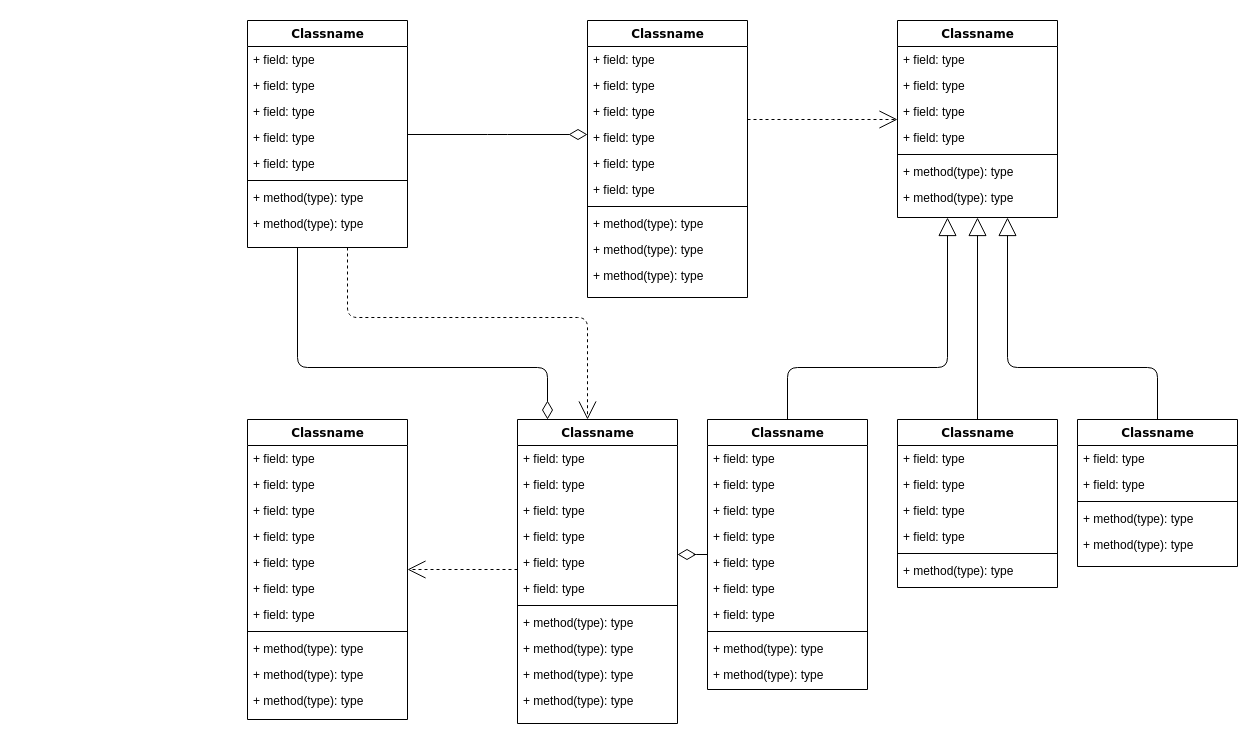
This is diagClasAut.drawio from jpinzon-dev/diagramasAut, a draw.io file, before an edit. Source tidied: cells renumbered, new cells numbered last; positions are measured from the earlier drawing's top-left corner, leaving out a move shared by most shapes. Both pictures are drawn from the tidied source at 100%, with x=0, y=0 at pixel (247, 20).
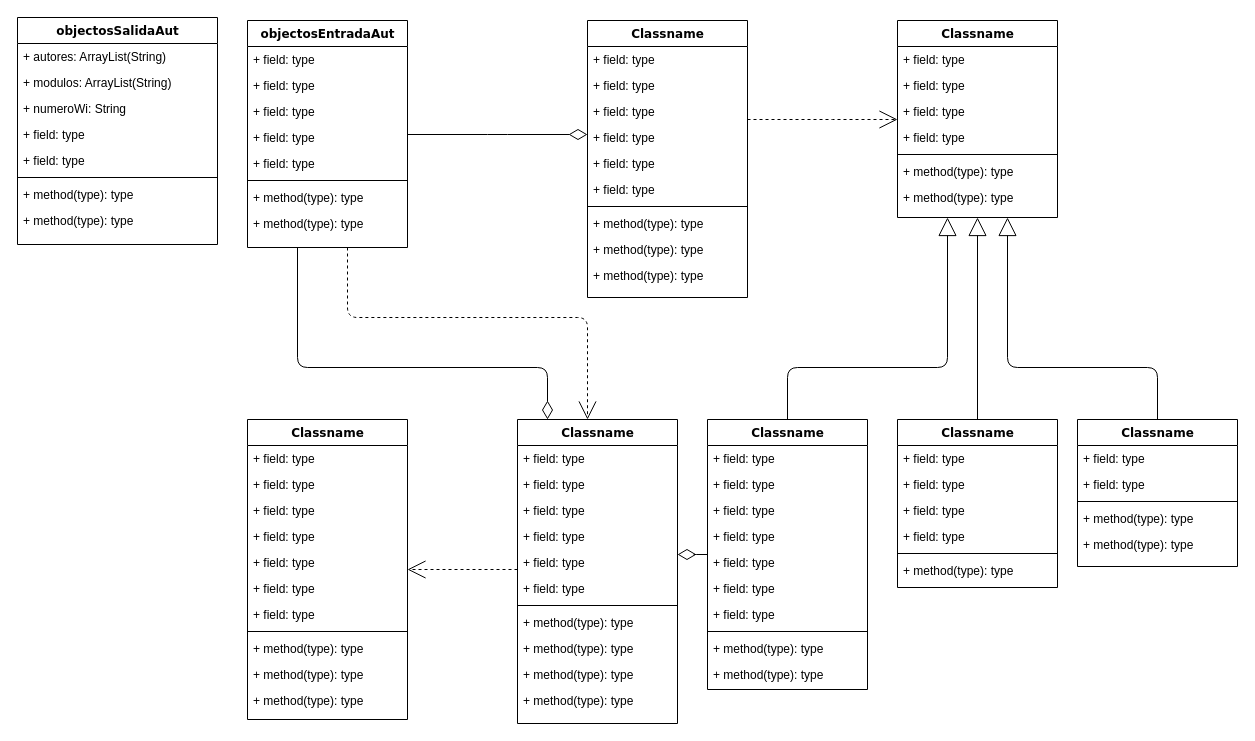
The same page after the edit.

What changed in the source:
```diff
@@
-    <mxCell id="4" value="Classname" style="swimlane;html=1;fontStyle=1;align=center;verticalAlign=top;horizontal=1;startSize=26;swimlaneFillColor=#ffffff;rounded=0;shadow=0;comic=0;labelBackgroundColor=none;strokeWidth=1;fillColor=none;fontFamily=Verdana;fontSize=12;" parent="1" vertex="1">
+    <mxCell id="4" value="objectosEntradaAut" style="swimlane;html=1;fontStyle=1;align=center;verticalAlign=top;horizontal=1;startSize=26;swimlaneFillColor=#ffffff;rounded=0;shadow=0;comic=0;labelBackgroundColor=none;strokeWidth=1;fillColor=none;fontFamily=Verdana;fontSize=12;" parent="1" vertex="1">
       <mxGeometry width="160" height="227" as="geometry" />
     </mxCell>
@@
+    <mxCell id="87" value="objectosSalidaAut" style="swimlane;html=1;fontStyle=1;align=center;verticalAlign=top;horizontal=1;startSize=26;swimlaneFillColor=#ffffff;rounded=0;shadow=0;comic=0;labelBackgroundColor=none;strokeWidth=1;fillColor=none;fontFamily=Verdana;fontSize=12;" parent="1" vertex="1">
+      <mxGeometry x="-230" y="-3" width="200" height="227" as="geometry" />
+    </mxCell>
+    <mxCell id="88" value="+ autores: ArrayList(String)" style="text;html=1;strokeColor=none;fillColor=none;align=left;verticalAlign=top;spacingLeft=4;spacingRight=4;whiteSpace=wrap;overflow=hidden;" parent="87" vertex="1">
+      <mxGeometry y="26" width="200" height="26" as="geometry" />
+    </mxCell>
+    <mxCell id="89" value="+ modulos: ArrayList(String)" style="text;html=1;strokeColor=none;fillColor=none;align=left;verticalAlign=top;spacingLeft=4;spacingRight=4;whiteSpace=wrap;overflow=hidden;" parent="87" vertex="1">
+      <mxGeometry y="52" width="200" height="26" as="geometry" />
+    </mxCell>
+    <mxCell id="90" value="+ numeroWi: String" style="text;html=1;strokeColor=none;fillColor=none;align=left;verticalAlign=top;spacingLeft=4;spacingRight=4;whiteSpace=wrap;overflow=hidden;" parent="87" vertex="1">
+      <mxGeometry y="78" width="200" height="26" as="geometry" />
+    </mxCell>
+    <mxCell id="91" value="+ field: type" style="text;html=1;strokeColor=none;fillColor=none;align=left;verticalAlign=top;spacingLeft=4;spacingRight=4;whiteSpace=wrap;overflow=hidden;" parent="87" vertex="1">
+      <mxGeometry y="104" width="200" height="26" as="geometry" />
+    </mxCell>
+    <mxCell id="92" value="+ field: type" style="text;html=1;strokeColor=none;fillColor=none;align=left;verticalAlign=top;spacingLeft=4;spacingRight=4;whiteSpace=wrap;overflow=hidden;" parent="87" vertex="1">
+      <mxGeometry y="130" width="200" height="26" as="geometry" />
+    </mxCell>
+    <mxCell id="93" style="line;html=1;strokeWidth=1;fillColor=none;align=left;verticalAlign=middle;spacingTop=-1;spacingLeft=3;spacingRight=3;labelPosition=right;" parent="87" vertex="1">
+      <mxGeometry y="156" width="200" height="8" as="geometry" />
+    </mxCell>
+    <mxCell id="94" value="+ method(type): type" style="text;html=1;strokeColor=none;fillColor=none;align=left;verticalAlign=top;spacingLeft=4;spacingRight=4;whiteSpace=wrap;overflow=hidden;" parent="87" vertex="1">
+      <mxGeometry y="164" width="200" height="26" as="geometry" />
+    </mxCell>
+    <mxCell id="95" value="+ method(type): type" style="text;html=1;strokeColor=none;fillColor=none;align=left;verticalAlign=top;spacingLeft=4;spacingRight=4;whiteSpace=wrap;overflow=hidden;" parent="87" vertex="1">
+      <mxGeometry y="190" width="200" height="26" as="geometry" />
+    </mxCell>
```
